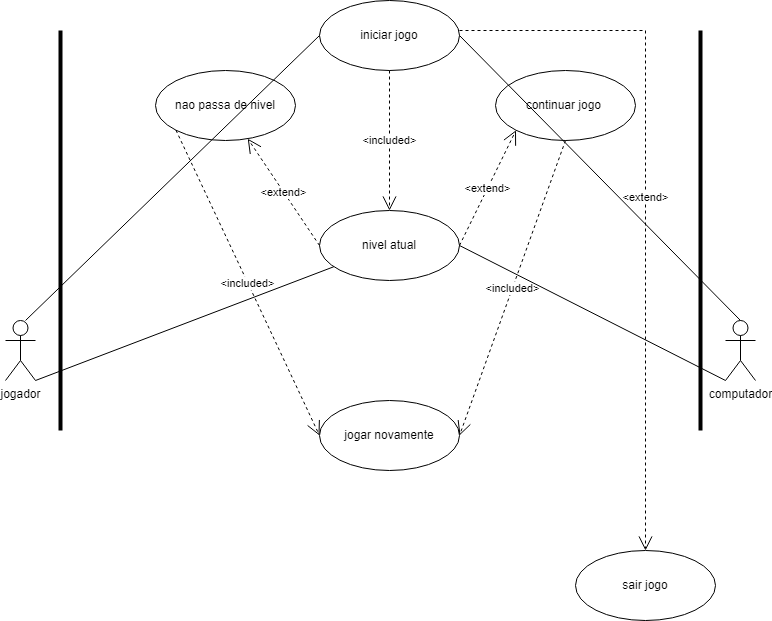
This is Diagrama sem nome.drawio.png from KalCastro/Game_Deep, a draw.io export, as it was before one commit. Source tidied: cells renumbered, new cells last; positions are measured from the earlier drawing's top-left corner, leaving out a move shared by most shapes.
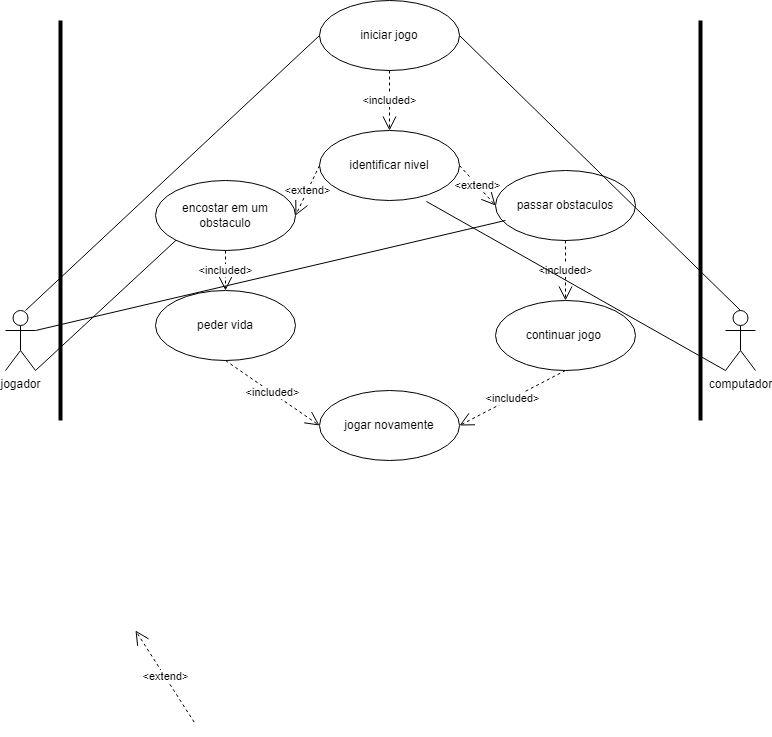
After the change.

The edit, as a diff of the source:
```diff
@@ -3,22 +3,22 @@
     <mxCell id="0" />
     <mxCell id="1" parent="0" />
     <mxCell id="2" value="continuar jogo&amp;nbsp;" style="ellipse;whiteSpace=wrap;html=1;" parent="1" vertex="1">
-      <mxGeometry x="490" y="70" width="140" height="70" as="geometry" />
+      <mxGeometry x="490" y="310" width="140" height="70" as="geometry" />
     </mxCell>
-    <mxCell id="3" value="nivel atual" style="ellipse;whiteSpace=wrap;html=1;" parent="1" vertex="1">
-      <mxGeometry x="314" y="210" width="140" height="70" as="geometry" />
+    <mxCell id="3" value="passar obstaculos" style="ellipse;whiteSpace=wrap;html=1;" parent="1" vertex="1">
+      <mxGeometry x="490" y="180" width="140" height="70" as="geometry" />
     </mxCell>
-    <mxCell id="4" value="nao passa de nivel" style="ellipse;whiteSpace=wrap;html=1;" parent="1" vertex="1">
-      <mxGeometry x="150" y="70" width="140" height="70" as="geometry" />
+    <mxCell id="4" value="peder vida" style="ellipse;whiteSpace=wrap;html=1;" parent="1" vertex="1">
+      <mxGeometry x="150" y="300" width="140" height="70" as="geometry" />
     </mxCell>
     <mxCell id="5" value="jogar novamente" style="ellipse;whiteSpace=wrap;html=1;" parent="1" vertex="1">
       <mxGeometry x="314" y="400" width="140" height="70" as="geometry" />
     </mxCell>
-    <mxCell id="6" value="sair jogo" style="ellipse;whiteSpace=wrap;html=1;" parent="1" vertex="1">
-      <mxGeometry x="570" y="550" width="140" height="70" as="geometry" />
+    <mxCell id="6" value="encostar em um obstaculo" style="ellipse;whiteSpace=wrap;html=1;" parent="1" vertex="1">
+      <mxGeometry x="150" y="190" width="140" height="70" as="geometry" />
     </mxCell>
     <mxCell id="7" value="iniciar jogo" style="ellipse;whiteSpace=wrap;html=1;" parent="1" vertex="1">
-      <mxGeometry x="314" width="140" height="70" as="geometry" />
+      <mxGeometry x="314" y="10" width="140" height="70" as="geometry" />
     </mxCell>
     <mxCell id="8" value="jogador" style="shape=umlActor;verticalLabelPosition=bottom;verticalAlign=top;html=1;" parent="1" vertex="1">
       <mxGeometry y="320" width="30" height="60" as="geometry" />
@@ -26,30 +26,25 @@
     <mxCell id="9" value="computador&lt;br&gt;" style="shape=umlActor;verticalLabelPosition=bottom;verticalAlign=top;html=1;" parent="1" vertex="1">
       <mxGeometry x="720" y="320" width="30" height="60" as="geometry" />
     </mxCell>
-    <mxCell id="10" value="&amp;lt;extend&amp;gt;" style="endArrow=open;endSize=12;dashed=1;html=1;rounded=0;exitX=1;exitY=0.5;exitDx=0;exitDy=0;entryX=0;entryY=1;entryDx=0;entryDy=0;" parent="1" edge="1" source="3" target="2">
+    <mxCell id="10" value="&amp;lt;included&amp;gt;" style="endArrow=open;endSize=12;dashed=1;html=1;rounded=0;exitX=0.5;exitY=1;exitDx=0;exitDy=0;entryX=0.5;entryY=0;entryDx=0;entryDy=0;" parent="1" edge="1" source="3" target="2">
       <mxGeometry relative="1" as="geometry" />
     </mxCell>
-    <mxCell id="11" value="&amp;lt;extend&amp;gt;" style="endArrow=open;endSize=12;dashed=1;html=1;rounded=0;entryX=0.5;entryY=0;entryDx=0;entryDy=0;" parent="1" edge="1" target="6">
-      <mxGeometry relative="1" as="geometry">
-        <mxPoint x="454" y="30" as="sourcePoint" />
-        <Array as="points">
-          <mxPoint x="640" y="30" />
-        </Array>
-      </mxGeometry>
-    </mxCell>
-    <mxCell id="12" value="&amp;lt;extend&amp;gt;" style="endArrow=open;endSize=12;dashed=1;html=1;rounded=0;exitX=0;exitY=0.5;exitDx=0;exitDy=0;" parent="1" edge="1" source="3" target="4">
-      <mxGeometry relative="1" as="geometry" />
+    <mxCell id="12" value="&amp;lt;extend&amp;gt;" style="endArrow=open;endSize=12;dashed=1;html=1;rounded=0;" parent="1" edge="1">
+      <mxGeometry relative="1" as="geometry">
+        <mxPoint x="188.7" y="731.7" as="sourcePoint" />
+        <mxPoint x="130" y="640" as="targetPoint" />
+      </mxGeometry>
     </mxCell>
-    <mxCell id="13" value="&amp;lt;included&amp;gt;" style="endArrow=open;endSize=12;dashed=1;html=1;rounded=0;exitX=0;exitY=1;exitDx=0;exitDy=0;entryX=0;entryY=0.5;entryDx=0;entryDy=0;" parent="1" edge="1" source="4" target="5">
+    <mxCell id="13" value="&amp;lt;included&amp;gt;" style="endArrow=open;endSize=12;dashed=1;html=1;rounded=0;exitX=0.5;exitY=1;exitDx=0;exitDy=0;entryX=0;entryY=0.5;entryDx=0;entryDy=0;" parent="1" edge="1" source="4" target="5">
       <mxGeometry relative="1" as="geometry" />
     </mxCell>
-    <mxCell id="14" value="&amp;lt;included&amp;gt;" style="endArrow=open;endSize=12;dashed=1;html=1;rounded=0;exitX=0.5;exitY=1;exitDx=0;exitDy=0;entryX=0.5;entryY=0;entryDx=0;entryDy=0;" parent="1" edge="1" source="7" target="3">
+    <mxCell id="14" value="&amp;lt;included&amp;gt;" style="endArrow=open;endSize=12;dashed=1;html=1;rounded=0;exitX=0.5;exitY=1;exitDx=0;exitDy=0;entryX=0.5;entryY=0;entryDx=0;entryDy=0;" parent="1" edge="1" source="7" target="22">
       <mxGeometry relative="1" as="geometry" />
     </mxCell>
     <mxCell id="15" value="&amp;lt;included&amp;gt;" style="endArrow=open;endSize=12;dashed=1;html=1;rounded=0;exitX=0.5;exitY=1;exitDx=0;exitDy=0;entryX=1;entryY=0.5;entryDx=0;entryDy=0;" parent="1" edge="1" source="2" target="5">
       <mxGeometry relative="1" as="geometry" />
     </mxCell>
-    <mxCell id="16" style="endArrow=none;html=1;rounded=0;exitX=1;exitY=1;exitDx=0;exitDy=0;exitPerimeter=0;" parent="1" edge="1" source="8" target="3">
+    <mxCell id="16" style="endArrow=none;html=1;rounded=0;exitX=1;exitY=1;exitDx=0;exitDy=0;exitPerimeter=0;entryX=0;entryY=1;entryDx=0;entryDy=0;" parent="1" edge="1" source="8" target="6">
       <mxGeometry relative="1" as="geometry" />
     </mxCell>
     <mxCell id="17" style="endArrow=none;html=1;rounded=0;entryX=0;entryY=0.5;entryDx=0;entryDy=0;" parent="1" edge="1" target="7">
@@ -60,7 +55,7 @@
     <mxCell id="18" style="endArrow=none;html=1;rounded=0;entryX=1;entryY=0.5;entryDx=0;entryDy=0;exitX=0.5;exitY=0;exitDx=0;exitDy=0;exitPerimeter=0;" parent="1" edge="1" source="9" target="7">
       <mxGeometry relative="1" as="geometry" />
     </mxCell>
-    <mxCell id="19" style="endArrow=none;html=1;rounded=0;entryX=0;entryY=1;entryDx=0;entryDy=0;entryPerimeter=0;exitX=1;exitY=0.5;exitDx=0;exitDy=0;" parent="1" edge="1" source="3" target="9">
+    <mxCell id="19" style="endArrow=none;html=1;rounded=0;entryX=0;entryY=1;entryDx=0;entryDy=0;entryPerimeter=0;exitX=0.764;exitY=1.014;exitDx=0;exitDy=0;exitPerimeter=0;" parent="1" edge="1" source="22" target="9">
       <mxGeometry relative="1" as="geometry" />
     </mxCell>
     <mxCell id="20" style="line;strokeWidth=4;direction=south;html=1;perimeter=backbonePerimeter;" parent="1" vertex="1">
@@ -69,5 +64,20 @@
     <mxCell id="21" style="line;strokeWidth=4;direction=south;html=1;perimeter=backbonePerimeter;" parent="1" vertex="1">
       <mxGeometry x="690" y="30" width="10" height="400" as="geometry" />
     </mxCell>
+    <mxCell id="22" value="identificar nivel" style="ellipse;whiteSpace=wrap;html=1;" parent="1" vertex="1">
+      <mxGeometry x="314" y="140" width="140" height="70" as="geometry" />
+    </mxCell>
+    <mxCell id="23" value="&amp;lt;extend&amp;gt;" style="endArrow=open;endSize=12;dashed=1;html=1;rounded=0;exitX=1;exitY=0.5;exitDx=0;exitDy=0;entryX=0;entryY=0.5;entryDx=0;entryDy=0;" parent="1" edge="1" source="22" target="3">
+      <mxGeometry relative="1" as="geometry" />
+    </mxCell>
+    <mxCell id="24" value="&amp;lt;extend&amp;gt;" style="endArrow=open;endSize=12;dashed=1;html=1;rounded=0;exitX=0;exitY=0.5;exitDx=0;exitDy=0;entryX=1;entryY=0.5;entryDx=0;entryDy=0;" parent="1" edge="1" source="22" target="6">
+      <mxGeometry relative="1" as="geometry" />
+    </mxCell>
+    <mxCell id="25" value="&amp;lt;included&amp;gt;" style="endArrow=open;endSize=12;dashed=1;html=1;rounded=0;exitX=0.5;exitY=1;exitDx=0;exitDy=0;entryX=0.5;entryY=0;entryDx=0;entryDy=0;" parent="1" edge="1" source="6" target="4">
+      <mxGeometry relative="1" as="geometry" />
+    </mxCell>
+    <mxCell id="26" style="endArrow=none;html=1;rounded=0;entryX=0.071;entryY=0.714;entryDx=0;entryDy=0;exitX=1;exitY=0.3333333333333333;exitDx=0;exitDy=0;exitPerimeter=0;entryPerimeter=0;" parent="1" edge="1" source="8" target="3">
+      <mxGeometry relative="1" as="geometry" />
+    </mxCell>
   </root>
 </mxGraphModel>
```
